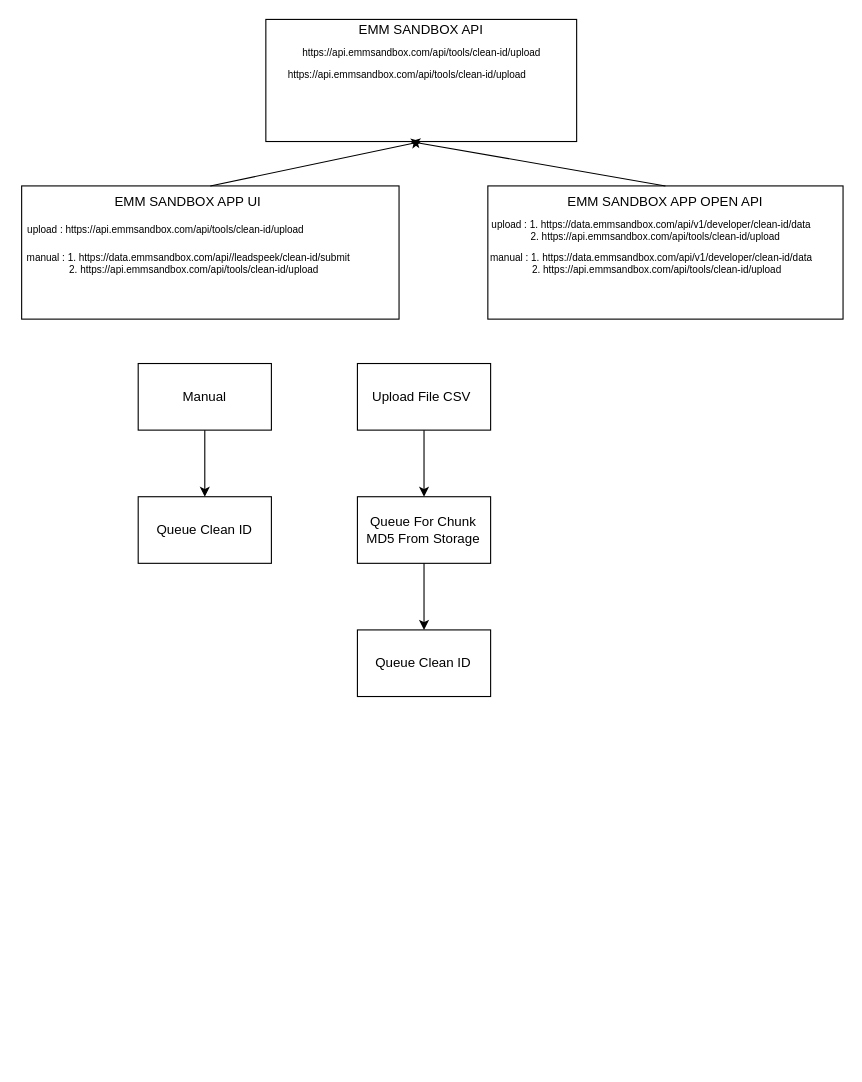
Earlier version of the draw.io diagram Drawio/clean-id.drawio (Feyfa/dokumen-kerja-zovatech). Source tidied: cells renumbered, new cells numbered last; positions are measured from the earlier drawing's top-left corner, leaving out a move shared by most shapes. Both pictures are drawn from the tidied source at 111%, with x=0, y=0 at pixel (18, 19).
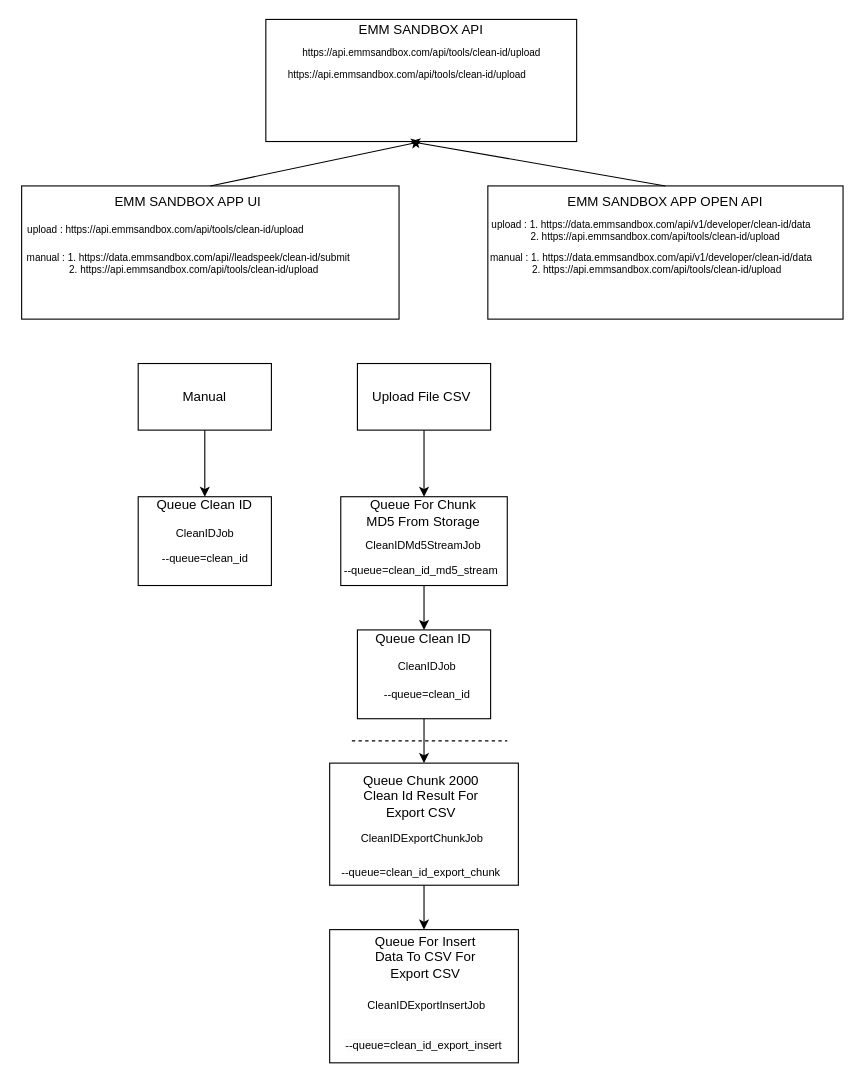
Above is the later version.

What changed in the source:
```diff
@@
     <mxCell id="18" style="rounded=0;whiteSpace=wrap;html=1;" parent="1" vertex="1">
-      <mxGeometry x="108" y="430" width="120" height="60" as="geometry" />
+      <mxGeometry x="108" y="430" width="120" height="80" as="geometry" />
     </mxCell>
     <mxCell id="19" value="Queue Clean ID" style="text;html=1;align=center;verticalAlign=middle;whiteSpace=wrap;rounded=0;" parent="1" vertex="1">
-      <mxGeometry x="123" y="445" width="90" height="30" as="geometry" />
+      <mxGeometry x="123" y="430" width="90" height="15" as="geometry" />
     </mxCell>
@@
     <mxCell id="23" style="rounded=0;whiteSpace=wrap;html=1;" parent="1" vertex="1">
-      <mxGeometry x="305.5" y="430" width="120" height="60" as="geometry" />
+      <mxGeometry x="290.5" y="430" width="150" height="80" as="geometry" />
     </mxCell>
     <mxCell id="24" value="Queue For Chunk MD5 From Storage" style="text;html=1;align=center;verticalAlign=middle;whiteSpace=wrap;rounded=0;" parent="1" vertex="1">
-      <mxGeometry x="305.5" y="445" width="117.5" height="30" as="geometry" />
+      <mxGeometry x="305.5" y="430" width="117.5" height="30" as="geometry" />
     </mxCell>
@@
+    <mxCell id="29" style="edgeStyle=none;html=1;exitX=0.5;exitY=1;exitDx=0;exitDy=0;entryX=0.5;entryY=0;entryDx=0;entryDy=0;" parent="1" edge="1" source="26" target="31">
+      <mxGeometry relative="1" as="geometry" />
+    </mxCell>
     <mxCell id="26" style="rounded=0;whiteSpace=wrap;html=1;" parent="1" vertex="1">
-      <mxGeometry x="305.5" y="550" width="120" height="60" as="geometry" />
+      <mxGeometry x="305.5" y="550" width="120" height="80" as="geometry" />
     </mxCell>
     <mxCell id="27" value="&lt;span style=&quot;color: rgb(0, 0, 0);&quot;&gt;Queue Clean ID&lt;/span&gt;" style="text;html=1;align=center;verticalAlign=middle;whiteSpace=wrap;rounded=0;" parent="1" vertex="1">
-      <mxGeometry x="305.5" y="565" width="117.5" height="30" as="geometry" />
+      <mxGeometry x="305.5" y="550" width="117.5" height="15" as="geometry" />
     </mxCell>
@@
+    <mxCell id="30" style="edgeStyle=none;html=1;exitX=0.5;exitY=1;exitDx=0;exitDy=0;entryX=0.5;entryY=0;entryDx=0;entryDy=0;" parent="1" edge="1" source="31" target="34">
+      <mxGeometry relative="1" as="geometry" />
+    </mxCell>
+    <mxCell id="31" style="rounded=0;whiteSpace=wrap;html=1;" parent="1" vertex="1">
+      <mxGeometry x="280.5" y="670" width="170" height="110" as="geometry" />
+    </mxCell>
+    <mxCell id="32" value="Queue Chunk 2000 Clean Id Result For Export CSV" style="text;html=1;align=center;verticalAlign=middle;whiteSpace=wrap;rounded=0;" parent="1" vertex="1">
+      <mxGeometry x="304.2" y="685" width="117.5" height="30" as="geometry" />
+    </mxCell>
+    <mxCell id="33" style="endArrow=none;dashed=1;html=1;" parent="1" edge="1">
+      <mxGeometry relative="1" as="geometry">
+        <mxPoint x="300.5" y="650" as="sourcePoint" />
+        <mxPoint x="440.5" y="650" as="targetPoint" />
+      </mxGeometry>
+    </mxCell>
+    <mxCell id="34" style="rounded=0;whiteSpace=wrap;html=1;" parent="1" vertex="1">
+      <mxGeometry x="280.5" y="820" width="170" height="120" as="geometry" />
+    </mxCell>
+    <mxCell id="35" value="Queue For Insert Data To CSV For Export CSV" style="text;html=1;align=center;verticalAlign=middle;whiteSpace=wrap;rounded=0;" parent="1" vertex="1">
+      <mxGeometry x="308" y="830" width="117.5" height="30" as="geometry" />
+    </mxCell>
+    <mxCell id="36" value="CleanIDJob" style="text;html=1;align=center;verticalAlign=middle;whiteSpace=wrap;rounded=0;fontSize=10;" parent="1" vertex="1">
+      <mxGeometry x="126.8" y="455" width="82.5" height="15" as="geometry" />
+    </mxCell>
+    <mxCell id="37" value="CleanIDMd5StreamJob" style="text;html=1;align=center;verticalAlign=middle;whiteSpace=wrap;rounded=0;fontSize=10;" parent="1" vertex="1">
+      <mxGeometry x="312.4" y="470" width="106.2" height="7.5" as="geometry" />
+    </mxCell>
+    <mxCell id="38" value="CleanIDExportChunkJob" style="text;html=1;align=center;verticalAlign=middle;whiteSpace=wrap;rounded=0;fontSize=10;" parent="1" vertex="1">
+      <mxGeometry x="311.1" y="730" width="106.2" height="15" as="geometry" />
+    </mxCell>
+    <mxCell id="39" value="CleanIDJob" style="text;html=1;align=center;verticalAlign=middle;whiteSpace=wrap;rounded=0;fontSize=10;" parent="1" vertex="1">
+      <mxGeometry x="326.8" y="575" width="82.5" height="15" as="geometry" />
+    </mxCell>
+    <mxCell id="40" value="CleanIDExportInsertJob" style="text;html=1;align=center;verticalAlign=middle;whiteSpace=wrap;rounded=0;fontSize=10;" parent="1" vertex="1">
+      <mxGeometry x="314.9" y="880" width="106.2" height="15" as="geometry" />
+    </mxCell>
+    <mxCell id="41" value="--queue=clean_id" style="text;html=1;align=center;verticalAlign=middle;whiteSpace=wrap;rounded=0;fontSize=10;" parent="1" vertex="1">
+      <mxGeometry x="126.8" y="477.5" width="82.5" height="15" as="geometry" />
+    </mxCell>
+    <mxCell id="42" value="--queue=clean_id" style="text;html=1;align=center;verticalAlign=middle;whiteSpace=wrap;rounded=0;fontSize=10;" parent="1" vertex="1">
+      <mxGeometry x="326.8" y="600" width="82.5" height="15" as="geometry" />
+    </mxCell>
+    <mxCell id="43" value="--queue=clean_id_md5_stream" style="text;html=1;align=center;verticalAlign=middle;whiteSpace=wrap;rounded=0;fontSize=10;" parent="1" vertex="1">
+      <mxGeometry x="288" y="490" width="150" height="12.5" as="geometry" />
+    </mxCell>
+    <mxCell id="44" value="--queue=clean_id_export_chunk" style="text;html=1;align=center;verticalAlign=middle;whiteSpace=wrap;rounded=0;fontSize=10;" parent="1" vertex="1">
+      <mxGeometry x="288" y="760" width="150" height="15" as="geometry" />
+    </mxCell>
+    <mxCell id="45" value="&lt;span style=&quot;color: rgb(0, 0, 0); font-family: Helvetica; font-size: 10px; font-style: normal; font-variant-ligatures: normal; font-variant-caps: normal; font-weight: 400; letter-spacing: normal; orphans: 2; text-align: center; text-indent: 0px; text-transform: none; widows: 2; word-spacing: 0px; -webkit-text-stroke-width: 0px; white-space: normal; background-color: rgb(251, 251, 251); text-decoration-thickness: initial; text-decoration-style: initial; text-decoration-color: initial; float: none; display: inline !important;&quot;&gt;--queue=clean_id_export_insert&lt;/span&gt;" style="text;whiteSpace=wrap;html=1;" parent="1" vertex="1">
+      <mxGeometry x="293" y="910" width="150" height="30" as="geometry" />
+    </mxCell>
```
